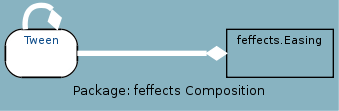
This is docs/uml/feffects_C.png from google-code-export/haxegui, a Graphviz export, as it was before one commit. Its source is kept beside it as docs/uml/feffects_C.dot. The source it was exported from:
```dot
digraph uml {
	graph [label="Package: feffects Composition", ratio=compress, rankdir=LR, size="24,12", fontname=Sans, fontsize=10, bgcolor="#88B3C1", fontcolor=black];
	node [label="\N", fontname=Sans, fontsize=8, shape=record, color=black, fontcolor=black];
	edge [fontname=Sans, fontsize=8, minlen=3, color=black, fontcolor=black];
	graph [lp="123,10",
		bb="0,0,246,75"];
	"feffects.Tween" [label="{Tween}", fontcolor="#104E8B", style="rounded,filled", fillcolor=white, URL="../types/feffects/Tween.html", tooltip=Tween, portPos=Tween, pos="27,39", rects="0,21,54,57", width="0.75", height="0.50"];
	"feffects.Easing" [pos="206,39", rects="166,21,246,57", width="1.11", height="0.50"];
	"feffects.Tween" -> "feffects.Tween" [color=white, style="setlinewidth(4)", arrowhead=diamond, arrowsize="1.25", pos="e,39,57 15,57 14,67 17,75 27,75 31,75 33,74 35,72"];
	"feffects.Tween" -> "feffects.Easing" [color=white, style="setlinewidth(4)", arrowhead=diamond, arrowsize="1.25", pos="e,166,39 54,39 80,39 119,39 151,39"];
}
```
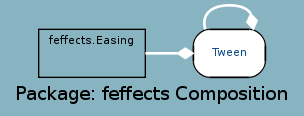
After the commit.

The edit, as a diff of the source:
```diff
@@ -1,11 +1,11 @@
 digraph uml {
-	graph [label="Package: feffects Composition", ratio=compress, rankdir=LR, size="24,12", fontname=Sans, fontsize=10, bgcolor="#88B3C1", fontcolor=black];
-	node [label="\N", fontname=Sans, fontsize=8, shape=record, color=black, fontcolor=black];
-	edge [fontname=Sans, fontsize=8, minlen=3, color=black, fontcolor=black];
-	graph [lp="123,10",
-		bb="0,0,246,75"];
-	"feffects.Tween" [label="{Tween}", fontcolor="#104E8B", style="rounded,filled", fillcolor=white, URL="../types/feffects/Tween.html", tooltip=Tween, portPos=Tween, pos="27,39", rects="0,21,54,57", width="0.75", height="0.50"];
-	"feffects.Easing" [pos="206,39", rects="166,21,246,57", width="1.11", height="0.50"];
-	"feffects.Tween" -> "feffects.Tween" [color=white, style="setlinewidth(4)", arrowhead=diamond, arrowsize="1.25", pos="e,39,57 15,57 14,67 17,75 27,75 31,75 33,74 35,72"];
-	"feffects.Tween" -> "feffects.Easing" [color=white, style="setlinewidth(4)", arrowhead=diamond, arrowsize="1.25", pos="e,166,39 54,39 80,39 119,39 151,39"];
+	graph [label="Package: feffects Composition", ratio=compress, rankdir=RL, smoothing=avg_dist, overlap=false, fontname="DejaVu Sans Condenesed", fontsize=14, bgcolor="#88B3C1", fontcolor=black];
+	node [label="\N", fontname="DejaVu Sans Condenesed", fontsize=8, shape=record, color=black, fontcolor=black];
+	edge [fontname="DejaVu Sans Condenesed", fontsize=8, color=black, fontcolor=black];
+	graph [lp="110,12",
+		bb="0,0,220,79"];
+	"feffects.Tween" [label="{\nTween}", fontcolor="#104E8B", style="rounded,filled", fillcolor=white, URL="../types/feffects/Tween.html", tooltip="\nTween", pos="168,43", rects="141,25,195,61", width="0.75", height="0.50"];
+	"feffects.Easing" [pos="65,43", rects="25,25,105,61", width="1.11", height="0.50"];
+	"feffects.Tween" -> "feffects.Tween" [color=white, style=bold, arrowhead=none, arrowtail=diamond, arrowsize=1, pos="s,186,61 184,73 181,77 176,79 168,79 153,79 147,71 150,61"];
+	"feffects.Tween" -> "feffects.Easing" [color=white, style=bold, arrowhead=none, arrowtail=diamond, arrowsize=1, pos="s,141,43 129,43 121,43 113,43 105,43"];
 }
```
